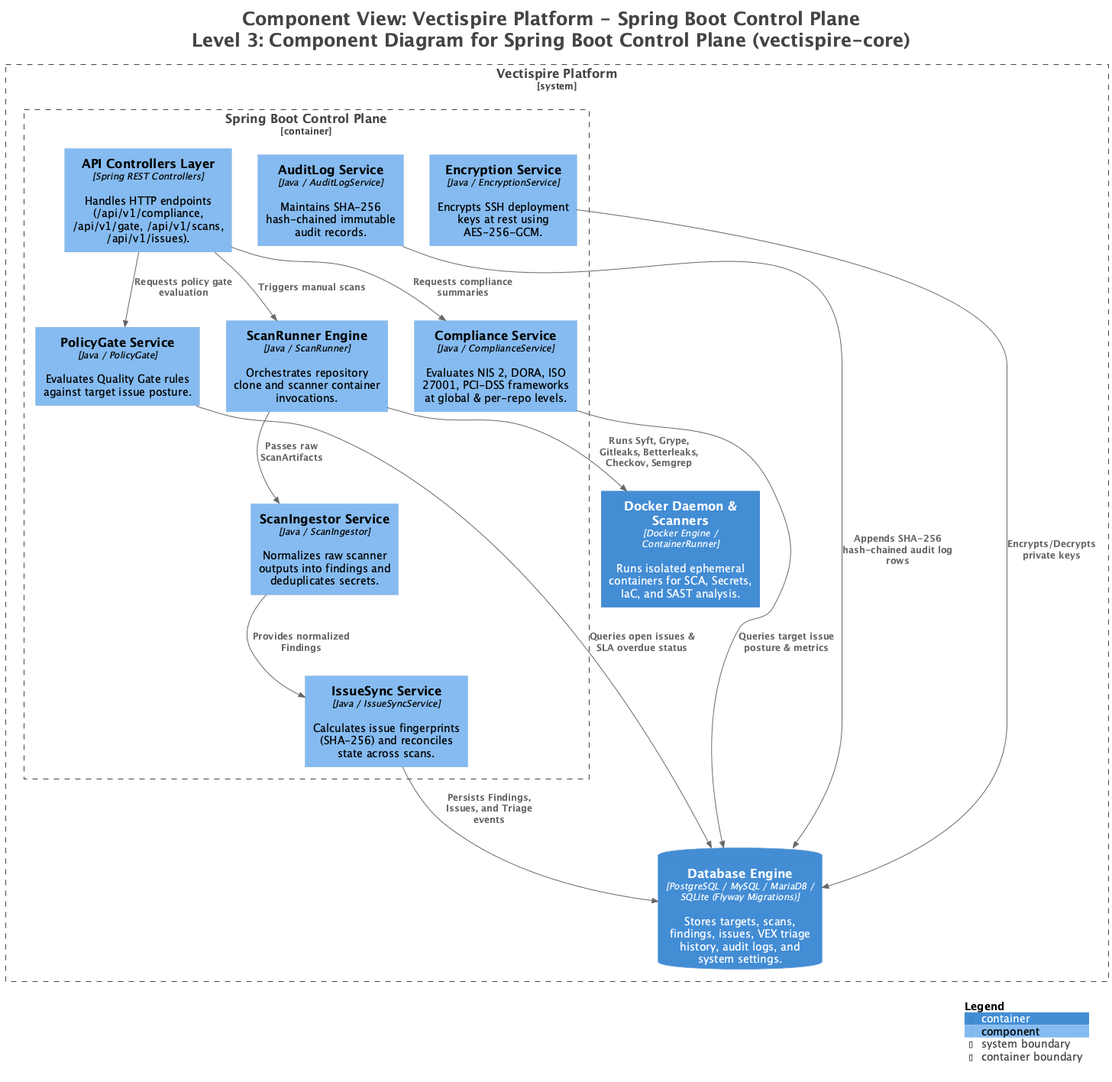
Before: docs/architecture/c4/diagrams/structurizr-Components.png, a diagram exported from PlantUML (asmolabs/vectispire). The source it was exported from:
```plantuml
@startuml
title <size:24>Component View: Vectispire Platform - Spring Boot Control Plane</size>\n<size:24>Level 3: Component Diagram for Spring Boot Control Plane (vectispire-core)</size>

set separator none
top to bottom direction

<style>
  root {
    BackgroundColor: #ffffff
    FontColor: #444444
  }
</style>

!include <C4/C4>
!include <C4/C4_Context>
!include <C4/C4_Container>
!include <C4/C4_Component>

System_Boundary("VectispirePlatform_boundary", "Vectispire Platform", $tags="") {
  Container_Boundary("VectispirePlatform.SpringBootControlPlane_boundary", "Spring Boot Control Plane", $tags="") {
    Component(VectispirePlatform.SpringBootControlPlane.IssueSyncService, "IssueSync Service", $techn="Java / IssueSyncService", $descr="Calculates issue fingerprints (SHA-256) and reconciles state across scans.", $tags="", $link="")
    Component(VectispirePlatform.SpringBootControlPlane.ComplianceService, "Compliance Service", $techn="Java / ComplianceService", $descr="Evaluates NIS 2, DORA, ISO 27001, PCI-DSS frameworks at global & per-repo levels.", $tags="", $link="")
    Component(VectispirePlatform.SpringBootControlPlane.PolicyGateService, "PolicyGate Service", $techn="Java / PolicyGate", $descr="Evaluates Quality Gate rules against target issue posture.", $tags="", $link="")
    Component(VectispirePlatform.SpringBootControlPlane.AuditLogService, "AuditLog Service", $techn="Java / AuditLogService", $descr="Maintains SHA-256 hash-chained immutable audit records.", $tags="", $link="")
    Component(VectispirePlatform.SpringBootControlPlane.EncryptionService, "Encryption Service", $techn="Java / EncryptionService", $descr="Encrypts SSH deployment keys at rest using AES-256-GCM.", $tags="", $link="")
    Component(VectispirePlatform.SpringBootControlPlane.APIControllersLayer, "API Controllers Layer", $techn="Spring REST Controllers", $descr="Handles HTTP endpoints (/api/v1/compliance, /api/v1/gate, /api/v1/scans, /api/v1/issues).", $tags="", $link="")
    Component(VectispirePlatform.SpringBootControlPlane.ScanRunnerEngine, "ScanRunner Engine", $techn="Java / ScanRunner", $descr="Orchestrates repository clone and scanner container invocations.", $tags="", $link="")
    Component(VectispirePlatform.SpringBootControlPlane.ScanIngestorService, "ScanIngestor Service", $techn="Java / ScanIngestor", $descr="Normalizes raw scanner outputs into findings and deduplicates secrets.", $tags="", $link="")
  }

  ContainerDb(VectispirePlatform.DatabaseEngine, "Database Engine", $techn="PostgreSQL / MySQL / MariaDB / SQLite (Flyway Migrations)", $descr="Stores targets, scans, findings, issues, VEX triage history, audit logs, and system settings.", $tags="", $link="")
  Container(VectispirePlatform.DockerDaemonScanners, "Docker Daemon & Scanners", $techn="Docker Engine / ContainerRunner", $descr="Runs isolated ephemeral containers for SCA, Secrets, IaC, and SAST analysis.", $tags="", $link="")
}

Rel(VectispirePlatform.SpringBootControlPlane.APIControllersLayer, VectispirePlatform.SpringBootControlPlane.ComplianceService, "Requests compliance summaries", $techn="", $tags="", $link="")
Rel(VectispirePlatform.SpringBootControlPlane.APIControllersLayer, VectispirePlatform.SpringBootControlPlane.PolicyGateService, "Requests policy gate evaluation", $techn="", $tags="", $link="")
Rel(VectispirePlatform.SpringBootControlPlane.APIControllersLayer, VectispirePlatform.SpringBootControlPlane.ScanRunnerEngine, "Triggers manual scans", $techn="", $tags="", $link="")
Rel(VectispirePlatform.SpringBootControlPlane.ScanRunnerEngine, VectispirePlatform.DockerDaemonScanners, "Runs Syft, Grype, Gitleaks, Betterleaks, Checkov, Semgrep", $techn="", $tags="", $link="")
Rel(VectispirePlatform.SpringBootControlPlane.ScanRunnerEngine, VectispirePlatform.SpringBootControlPlane.ScanIngestorService, "Passes raw ScanArtifacts", $techn="", $tags="", $link="")
Rel(VectispirePlatform.SpringBootControlPlane.ScanIngestorService, VectispirePlatform.SpringBootControlPlane.IssueSyncService, "Provides normalized Findings", $techn="", $tags="", $link="")
Rel(VectispirePlatform.SpringBootControlPlane.IssueSyncService, VectispirePlatform.DatabaseEngine, "Persists Findings, Issues, and Triage events", $techn="", $tags="", $link="")
Rel(VectispirePlatform.SpringBootControlPlane.ComplianceService, VectispirePlatform.DatabaseEngine, "Queries target issue posture & metrics", $techn="", $tags="", $link="")
Rel(VectispirePlatform.SpringBootControlPlane.PolicyGateService, VectispirePlatform.DatabaseEngine, "Queries open issues & SLA overdue status", $techn="", $tags="", $link="")
Rel(VectispirePlatform.SpringBootControlPlane.AuditLogService, VectispirePlatform.DatabaseEngine, "Appends SHA-256 hash-chained audit log rows", $techn="", $tags="", $link="")
Rel(VectispirePlatform.SpringBootControlPlane.EncryptionService, VectispirePlatform.DatabaseEngine, "Encrypts/Decrypts private keys", $techn="", $tags="", $link="")

SHOW_LEGEND(true)
hide stereotypes
@enduml
```
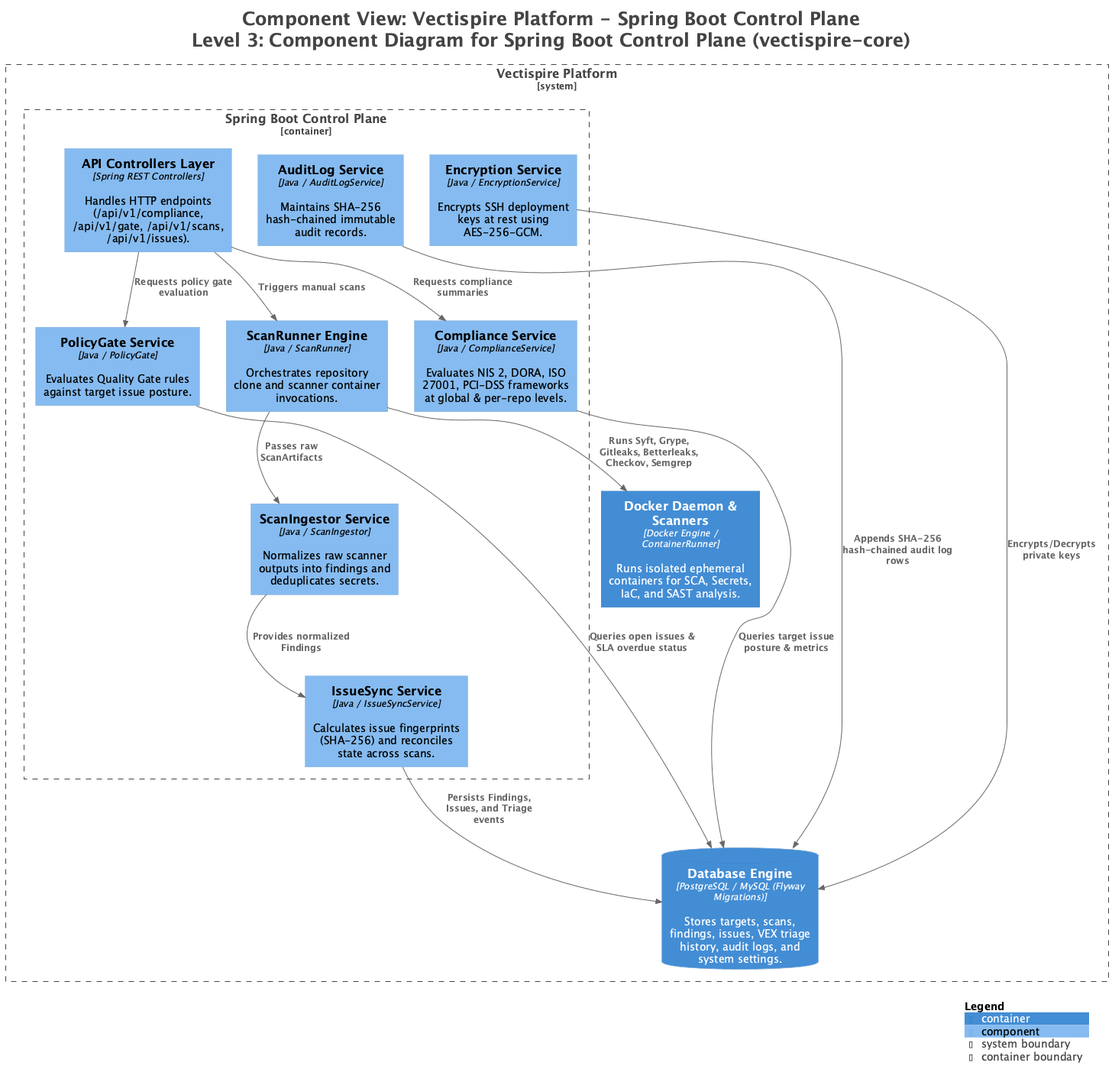
Above is the later version.

What changed in the source:
```diff
@@ -28,7 +28,7 @@
     Component(VectispirePlatform.SpringBootControlPlane.ScanIngestorService, "ScanIngestor Service", $techn="Java / ScanIngestor", $descr="Normalizes raw scanner outputs into findings and deduplicates secrets.", $tags="", $link="")
   }
 
-  ContainerDb(VectispirePlatform.DatabaseEngine, "Database Engine", $techn="PostgreSQL / MySQL / MariaDB / SQLite (Flyway Migrations)", $descr="Stores targets, scans, findings, issues, VEX triage history, audit logs, and system settings.", $tags="", $link="")
+  ContainerDb(VectispirePlatform.DatabaseEngine, "Database Engine", $techn="PostgreSQL / MySQL (Flyway Migrations)", $descr="Stores targets, scans, findings, issues, VEX triage history, audit logs, and system settings.", $tags="", $link="")
   Container(VectispirePlatform.DockerDaemonScanners, "Docker Daemon & Scanners", $techn="Docker Engine / ContainerRunner", $descr="Runs isolated ephemeral containers for SCA, Secrets, IaC, and SAST analysis.", $tags="", $link="")
 }
 
```
